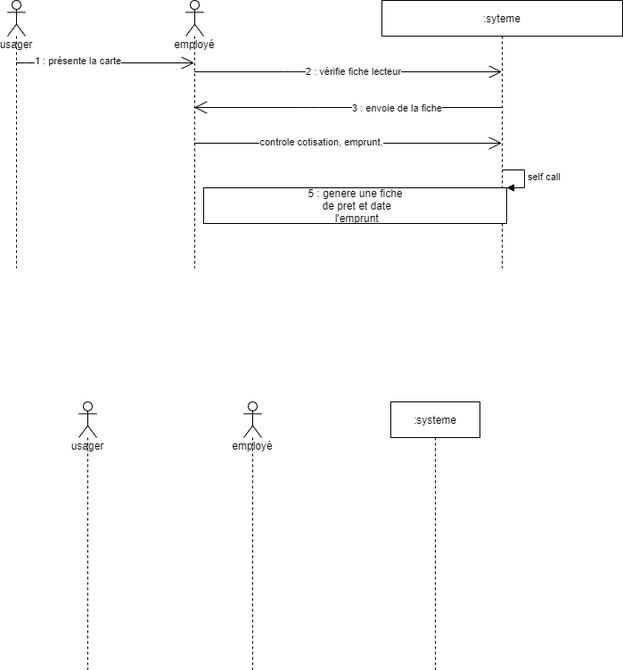
The draw.io diagram Evaluation mediatheque/diagramme de sequence.png in alnarolekoala/CDA, before a commit. Source tidied: cells renumbered, new cells last; positions are measured from the earlier drawing's top-left corner, leaving out a move shared by most shapes.
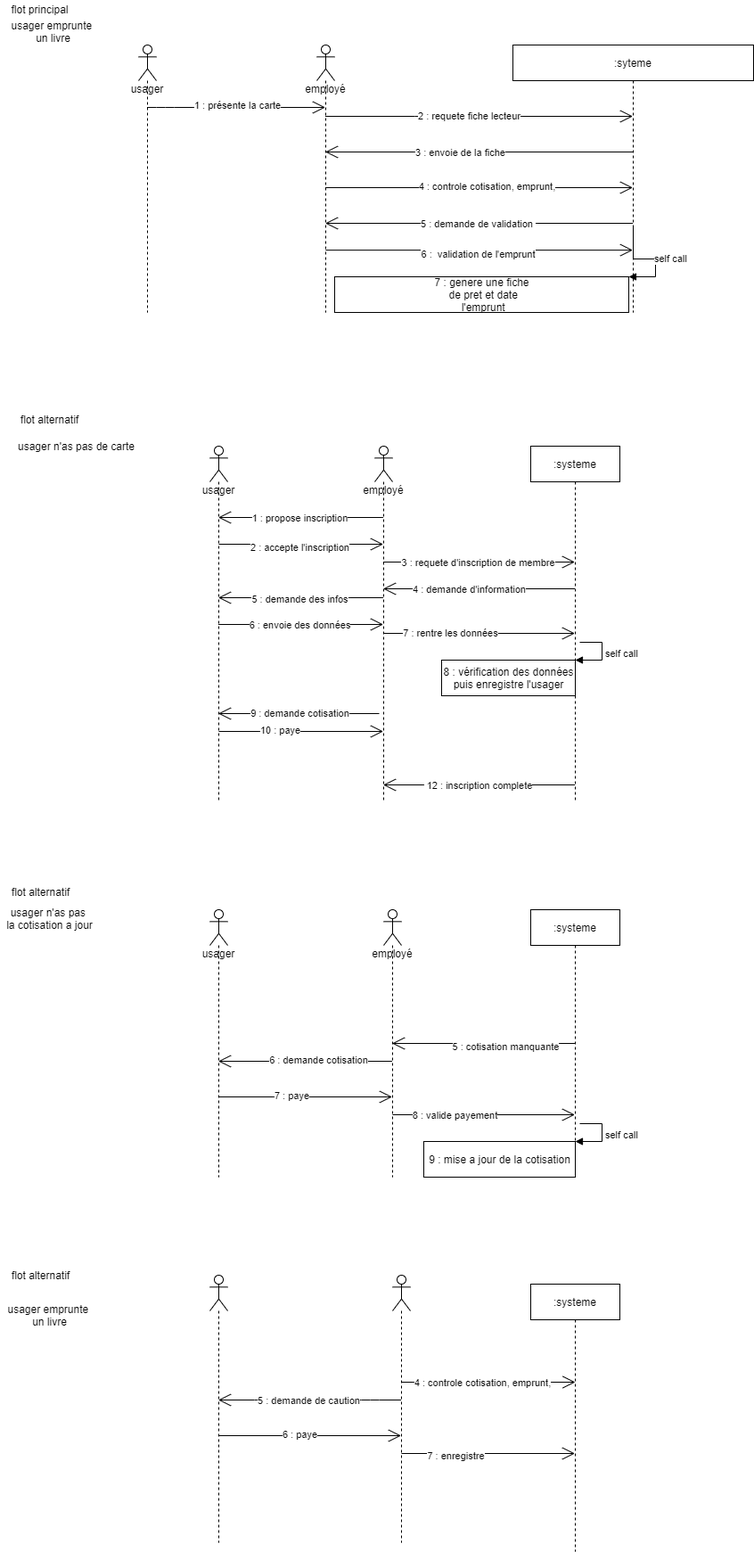
The same file after the commit.

Change to the diagram source:
```diff
@@ -11,14 +11,15 @@
     <mxCell id="4" value=":syteme" style="shape=umlLifeline;perimeter=lifelinePerimeter;whiteSpace=wrap;html=1;outlineConnect=0;" parent="1" vertex="1">
       <mxGeometry x="420" width="270" height="300" as="geometry" />
     </mxCell>
-    <mxCell id="5" value="5 : genere une fiche&lt;br&gt;&amp;nbsp;de pret et date&lt;br&gt;&amp;nbsp;l'emprunt" style="html=1;points=[];perimeter=orthogonalPerimeter;" parent="4" vertex="1">
-      <mxGeometry x="-200" y="210" width="340" height="40" as="geometry" />
+    <mxCell id="5" value="7 : genere une fiche&lt;br&gt;&amp;nbsp;de pret et date&lt;br&gt;&amp;nbsp;l'emprunt" style="html=1;points=[];perimeter=orthogonalPerimeter;" parent="4" vertex="1">
+      <mxGeometry x="-200" y="260" width="330" height="40" as="geometry" />
     </mxCell>
-    <mxCell id="6" value="self call" style="edgeStyle=orthogonalEdgeStyle;html=1;align=left;spacingLeft=2;endArrow=block;rounded=0;entryX=1;entryY=0;" parent="4" edge="1" target="5">
+    <mxCell id="6" value="self call" style="edgeStyle=orthogonalEdgeStyle;html=1;align=left;spacingLeft=2;endArrow=block;rounded=0;entryX=1;entryY=0;exitX=0.5;exitY=0.68;exitDx=0;exitDy=0;exitPerimeter=0;" parent="4" edge="1" source="4" target="5">
       <mxGeometry relative="1" as="geometry">
-        <mxPoint x="135" y="190" as="sourcePoint" />
         <Array as="points">
-          <mxPoint x="160" y="190" />
+          <mxPoint x="135" y="240" />
+          <mxPoint x="160" y="240" />
+          <mxPoint x="160" y="260" />
         </Array>
       </mxGeometry>
     </mxCell>
@@ -30,7 +31,9 @@
       </mxGeometry>
     </mxCell>
     <mxCell id="8" value="1 : présente la carte" style="edgeLabel;html=1;align=center;verticalAlign=middle;" parent="7" vertex="1">
-      <mxGeometry x="-0.32" y="3" relative="1" as="geometry" />
+      <mxGeometry x="-0.32" y="3" relative="1" as="geometry">
+        <mxPoint x="31.5" as="offset" />
+      </mxGeometry>
     </mxCell>
     <mxCell id="9" style="endArrow=open;endFill=1;endSize=12;html=1;" parent="1" edge="1" source="3" target="4">
       <mxGeometry relative="1" as="geometry">
@@ -39,9 +42,9 @@
         </Array>
       </mxGeometry>
     </mxCell>
-    <mxCell id="10" value="2 : vérifie fiche lecteur" style="edgeLabel;html=1;align=center;verticalAlign=middle;" parent="9" vertex="1">
+    <mxCell id="10" value="2 : requete&amp;nbsp;fiche lecteur" style="edgeLabel;html=1;align=center;verticalAlign=middle;" parent="9" vertex="1">
       <mxGeometry x="0.03" y="1" relative="1" as="geometry">
-        <mxPoint x="1" as="offset" />
+        <mxPoint x="-16.5" as="offset" />
       </mxGeometry>
     </mxCell>
     <mxCell id="11" style="endArrow=open;endFill=1;endSize=12;html=1;" parent="1" edge="1" source="4" target="3">
@@ -53,7 +56,7 @@
     </mxCell>
     <mxCell id="12" value="3 : envoie de la fiche" style="edgeLabel;html=1;align=center;verticalAlign=middle;" parent="11" vertex="1">
       <mxGeometry x="-0.31" relative="1" as="geometry">
-        <mxPoint x="1" as="offset" />
+        <mxPoint x="-75.5" as="offset" />
       </mxGeometry>
     </mxCell>
     <mxCell id="13" style="endArrow=open;endFill=1;endSize=12;html=1;" parent="1" edge="1" source="3" target="4">
@@ -63,19 +66,293 @@
         </Array>
       </mxGeometry>
     </mxCell>
-    <mxCell id="14" value="controle cotisation, emprunt," style="edgeLabel;html=1;align=center;verticalAlign=middle;" parent="13" vertex="1">
+    <mxCell id="14" value="4 : controle cotisation, emprunt," style="edgeLabel;html=1;align=center;verticalAlign=middle;" parent="13" vertex="1">
       <mxGeometry x="-0.18" y="2" relative="1" as="geometry">
-        <mxPoint x="1" as="offset" />
+        <mxPoint x="39.5" as="offset" />
       </mxGeometry>
     </mxCell>
     <mxCell id="15" value=":systeme" style="shape=umlLifeline;perimeter=lifelinePerimeter;whiteSpace=wrap;html=1;outlineConnect=0;" parent="1" vertex="1">
-      <mxGeometry x="430" y="450" width="100" height="300" as="geometry" />
+      <mxGeometry x="440" y="450" width="100" height="400" as="geometry" />
     </mxCell>
+    <mxCell id="18" value="8 : vérification des données&lt;br&gt;puis enregistre l'usager" style="html=1;points=[];perimeter=orthogonalPerimeter;" parent="15" vertex="1">
+      <mxGeometry x="-100" y="240" width="150" height="40" as="geometry" />
+    </mxCell>
+    <mxCell id="19" value="self call" style="edgeStyle=orthogonalEdgeStyle;html=1;align=left;spacingLeft=2;endArrow=block;rounded=0;entryX=1;entryY=0;" parent="15" edge="1" target="18">
+      <mxGeometry relative="1" as="geometry">
+        <mxPoint x="55" y="220" as="sourcePoint" />
+        <Array as="points">
+          <mxPoint x="80" y="220" />
+        </Array>
+      </mxGeometry>
+    </mxCell>
     <mxCell id="16" value="employé" style="shape=umlLifeline;participant=umlActor;perimeter=lifelinePerimeter;whiteSpace=wrap;html=1;verticalAlign=top;spacingTop=36;outlineConnect=0;" parent="1" vertex="1">
-      <mxGeometry x="265" y="450" width="20" height="300" as="geometry" />
+      <mxGeometry x="265" y="450" width="20" height="400" as="geometry" />
     </mxCell>
     <mxCell id="17" value="usager" style="shape=umlLifeline;participant=umlActor;perimeter=lifelinePerimeter;whiteSpace=wrap;html=1;verticalAlign=top;spacingTop=36;outlineConnect=0;" parent="1" vertex="1">
-      <mxGeometry x="80" y="450" width="20" height="300" as="geometry" />
+      <mxGeometry x="80" y="450" width="20" height="400" as="geometry" />
     </mxCell>
+    <mxCell id="20" style="endArrow=open;endFill=1;endSize=12;html=1;" parent="1" edge="1" source="4" target="3">
+      <mxGeometry relative="1" as="geometry">
+        <Array as="points">
+          <mxPoint x="400" y="200" />
+        </Array>
+      </mxGeometry>
+    </mxCell>
+    <mxCell id="21" value="5 : demande de validation&amp;nbsp;" style="edgeLabel;html=1;align=center;verticalAlign=middle;" parent="20" vertex="1">
+      <mxGeometry x="-0.02" relative="1" as="geometry">
+        <mxPoint x="-6.5" as="offset" />
+      </mxGeometry>
+    </mxCell>
+    <mxCell id="22" style="endArrow=open;endFill=1;endSize=12;html=1;exitX=0.5;exitY=0.767;exitDx=0;exitDy=0;exitPerimeter=0;" parent="1" edge="1" source="3" target="4">
+      <mxGeometry relative="1" as="geometry" />
+    </mxCell>
+    <mxCell id="23" value="6 :&amp;nbsp; validation de l'emprunt" style="edgeLabel;html=1;align=center;verticalAlign=middle;" parent="22" vertex="1">
+      <mxGeometry x="-0.16" y="-4" relative="1" as="geometry">
+        <mxPoint x="26" as="offset" />
+      </mxGeometry>
+    </mxCell>
+    <mxCell id="24" style="endArrow=open;endFill=1;endSize=12;html=1;" parent="1" edge="1" target="16">
+      <mxGeometry relative="1" as="geometry">
+        <mxPoint x="90" y="770" as="sourcePoint" />
+      </mxGeometry>
+    </mxCell>
+    <mxCell id="25" value="10 : paye" style="edgeLabel;html=1;align=center;verticalAlign=middle;" parent="24" vertex="1">
+      <mxGeometry x="-0.26" y="2" relative="1" as="geometry" />
+    </mxCell>
+    <mxCell id="26" value="usager n'as pas de carte" style="text;html=1;align=center;verticalAlign=middle;" parent="1" vertex="1">
+      <mxGeometry x="-145" y="440" width="150" height="20" as="geometry" />
+    </mxCell>
+    <mxCell id="27" style="endArrow=open;endFill=1;endSize=12;html=1;" parent="1" edge="1" source="16" target="17">
+      <mxGeometry relative="1" as="geometry">
+        <Array as="points">
+          <mxPoint x="180" y="530" />
+        </Array>
+      </mxGeometry>
+    </mxCell>
+    <mxCell id="28" value="1 : propose inscription" style="edgeLabel;html=1;align=center;verticalAlign=middle;" parent="27" vertex="1">
+      <mxGeometry x="0.21" relative="1" as="geometry">
+        <mxPoint x="16.5" as="offset" />
+      </mxGeometry>
+    </mxCell>
+    <mxCell id="29" style="endArrow=open;endFill=1;endSize=12;html=1;" parent="1" edge="1" target="16">
+      <mxGeometry relative="1" as="geometry">
+        <mxPoint x="90" y="560" as="sourcePoint" />
+      </mxGeometry>
+    </mxCell>
+    <mxCell id="30" value="2 : accepte l'inscription" style="edgeLabel;html=1;align=center;verticalAlign=middle;" parent="29" vertex="1">
+      <mxGeometry x="-0.19" y="-3" relative="1" as="geometry">
+        <mxPoint x="15" as="offset" />
+      </mxGeometry>
+    </mxCell>
+    <mxCell id="31" style="endArrow=open;endFill=1;endSize=12;html=1;" parent="1" edge="1" source="16" target="15">
+      <mxGeometry relative="1" as="geometry">
+        <Array as="points">
+          <mxPoint x="380" y="580" />
+        </Array>
+      </mxGeometry>
+    </mxCell>
+    <mxCell id="32" value="3 : requete d'inscription de membre" style="edgeLabel;html=1;align=center;verticalAlign=middle;" parent="31" vertex="1">
+      <mxGeometry x="-0.61" y="-2" relative="1" as="geometry">
+        <mxPoint x="64.5" y="-2" as="offset" />
+      </mxGeometry>
+    </mxCell>
+    <mxCell id="33" style="endArrow=open;endFill=1;endSize=12;html=1;" parent="1" edge="1" source="15" target="16">
+      <mxGeometry relative="1" as="geometry">
+        <Array as="points">
+          <mxPoint x="370" y="610" />
+        </Array>
+      </mxGeometry>
+    </mxCell>
+    <mxCell id="34" value="4 : demande d'information" style="edgeLabel;html=1;align=center;verticalAlign=middle;" parent="33" vertex="1">
+      <mxGeometry x="0.23" y="1" relative="1" as="geometry">
+        <mxPoint x="13.5" y="-1" as="offset" />
+      </mxGeometry>
+    </mxCell>
+    <mxCell id="35" style="endArrow=open;endFill=1;endSize=12;html=1;" parent="1" edge="1" source="16" target="17">
+      <mxGeometry relative="1" as="geometry">
+        <Array as="points">
+          <mxPoint x="190" y="620" />
+        </Array>
+      </mxGeometry>
+    </mxCell>
+    <mxCell id="36" value="5 : demande des infos" style="edgeLabel;html=1;align=center;verticalAlign=middle;" parent="35" vertex="1">
+      <mxGeometry x="-0.16" y="1" relative="1" as="geometry">
+        <mxPoint x="-17.5" as="offset" />
+      </mxGeometry>
+    </mxCell>
+    <mxCell id="37" style="endArrow=open;endFill=1;endSize=12;html=1;" parent="1" edge="1" source="17" target="16">
+      <mxGeometry relative="1" as="geometry">
+        <Array as="points">
+          <mxPoint x="190" y="650" />
+        </Array>
+      </mxGeometry>
+    </mxCell>
+    <mxCell id="38" value="6 : envoie des données" style="edgeLabel;html=1;align=center;verticalAlign=middle;" parent="37" vertex="1">
+      <mxGeometry x="-0.11" relative="1" as="geometry">
+        <mxPoint x="8.5" as="offset" />
+      </mxGeometry>
+    </mxCell>
+    <mxCell id="39" style="endArrow=open;endFill=1;endSize=12;html=1;" parent="1" edge="1" target="17">
+      <mxGeometry relative="1" as="geometry">
+        <mxPoint x="270" y="750" as="sourcePoint" />
+      </mxGeometry>
+    </mxCell>
+    <mxCell id="40" value="9 : demande cotisation" style="edgeLabel;html=1;align=center;verticalAlign=middle;" parent="39" vertex="1">
+      <mxGeometry x="0.22" y="-1" relative="1" as="geometry">
+        <mxPoint x="20" as="offset" />
+      </mxGeometry>
+    </mxCell>
+    <mxCell id="41" style="endArrow=open;endFill=1;endSize=12;html=1;" parent="1" edge="1" source="16" target="15">
+      <mxGeometry relative="1" as="geometry">
+        <Array as="points">
+          <mxPoint x="370" y="660" />
+        </Array>
+      </mxGeometry>
+    </mxCell>
+    <mxCell id="42" value="7 : rentre les données" style="edgeLabel;html=1;align=center;verticalAlign=middle;" parent="41" vertex="1">
+      <mxGeometry x="-0.3" y="1" relative="1" as="geometry" />
+    </mxCell>
+    <mxCell id="43" style="endArrow=open;endFill=1;endSize=12;html=1;" parent="1" edge="1" source="15" target="16">
+      <mxGeometry relative="1" as="geometry">
+        <Array as="points">
+          <mxPoint x="380" y="830" />
+        </Array>
+      </mxGeometry>
+    </mxCell>
+    <mxCell id="44" value="&lt;br&gt;" style="edgeLabel;html=1;align=center;verticalAlign=middle;" parent="43" vertex="1">
+      <mxGeometry x="-0.22" y="2" relative="1" as="geometry" />
+    </mxCell>
+    <mxCell id="45" value="&amp;nbsp;12 : inscription complete" style="edgeLabel;html=1;align=center;verticalAlign=middle;" parent="43" vertex="1">
+      <mxGeometry x="-0.13" y="-1" relative="1" as="geometry">
+        <mxPoint x="-15.5" y="1" as="offset" />
+      </mxGeometry>
+    </mxCell>
+    <mxCell id="46" value="usager" style="shape=umlLifeline;participant=umlActor;perimeter=lifelinePerimeter;whiteSpace=wrap;html=1;verticalAlign=top;spacingTop=36;outlineConnect=0;" parent="1" vertex="1">
+      <mxGeometry x="80" y="970" width="20" height="300" as="geometry" />
+    </mxCell>
+    <mxCell id="47" value="employé" style="shape=umlLifeline;participant=umlActor;perimeter=lifelinePerimeter;whiteSpace=wrap;html=1;verticalAlign=top;spacingTop=36;outlineConnect=0;" parent="1" vertex="1">
+      <mxGeometry x="275" y="970" width="20" height="300" as="geometry" />
+    </mxCell>
+    <mxCell id="48" value=":systeme" style="shape=umlLifeline;perimeter=lifelinePerimeter;whiteSpace=wrap;html=1;outlineConnect=0;" parent="1" vertex="1">
+      <mxGeometry x="440" y="970" width="100" height="300" as="geometry" />
+    </mxCell>
+    <mxCell id="49" value="9 : mise a jour de la cotisation" style="html=1;points=[];perimeter=orthogonalPerimeter;" parent="48" vertex="1">
+      <mxGeometry x="-120" y="260" width="170" height="40" as="geometry" />
+    </mxCell>
+    <mxCell id="50" value="self call" style="edgeStyle=orthogonalEdgeStyle;html=1;align=left;spacingLeft=2;endArrow=block;rounded=0;entryX=1;entryY=0;" parent="48" edge="1" target="49">
+      <mxGeometry relative="1" as="geometry">
+        <mxPoint x="55" y="240" as="sourcePoint" />
+        <Array as="points">
+          <mxPoint x="80" y="240" />
+        </Array>
+      </mxGeometry>
+    </mxCell>
+    <mxCell id="51" value="usager n'as pas&amp;nbsp;&lt;br&gt;la cotisation a jour" style="text;html=1;align=center;verticalAlign=middle;" parent="1" vertex="1">
+      <mxGeometry x="-155" y="965" width="110" height="30" as="geometry" />
+    </mxCell>
+    <mxCell id="52" value="flot principal" style="text;html=1;align=center;verticalAlign=middle;" parent="1" vertex="1">
+      <mxGeometry x="-151" y="-50" width="80" height="20" as="geometry" />
+    </mxCell>
+    <mxCell id="53" value="flot alternatif" style="text;html=1;align=center;verticalAlign=middle;" parent="1" vertex="1">
+      <mxGeometry x="-140" y="410" width="80" height="20" as="geometry" />
+    </mxCell>
+    <mxCell id="54" value="flot alternatif" style="text;html=1;align=center;verticalAlign=middle;" parent="1" vertex="1">
+      <mxGeometry x="-150" y="940" width="80" height="20" as="geometry" />
+    </mxCell>
+    <mxCell id="55" style="endArrow=open;endFill=1;endSize=12;html=1;" parent="1" edge="1" source="48" target="47">
+      <mxGeometry relative="1" as="geometry" />
+    </mxCell>
+    <mxCell id="56" value="5 : cotisation manquante" style="edgeLabel;html=1;align=center;verticalAlign=middle;" parent="55" vertex="1">
+      <mxGeometry x="-0.23" y="3" relative="1" as="geometry">
+        <mxPoint x="1" as="offset" />
+      </mxGeometry>
+    </mxCell>
+    <mxCell id="57" style="endArrow=open;endFill=1;endSize=12;html=1;" parent="1" edge="1" source="47" target="46">
+      <mxGeometry relative="1" as="geometry">
+        <Array as="points">
+          <mxPoint x="190" y="1140" />
+        </Array>
+      </mxGeometry>
+    </mxCell>
+    <mxCell id="58" value="6 : demande cotisation" style="edgeLabel;html=1;align=center;verticalAlign=middle;" parent="57" vertex="1">
+      <mxGeometry x="-0.14" y="-2" relative="1" as="geometry" />
+    </mxCell>
+    <mxCell id="59" style="endArrow=open;endFill=1;endSize=12;html=1;" parent="1" edge="1" target="47">
+      <mxGeometry relative="1" as="geometry">
+        <mxPoint x="90" y="1180" as="sourcePoint" />
+      </mxGeometry>
+    </mxCell>
+    <mxCell id="60" value="7 : paye" style="edgeLabel;html=1;align=center;verticalAlign=middle;" parent="59" vertex="1">
+      <mxGeometry x="-0.17" y="2" relative="1" as="geometry" />
+    </mxCell>
+    <mxCell id="61" style="endArrow=open;endFill=1;endSize=12;html=1;" parent="1" edge="1" target="48">
+      <mxGeometry relative="1" as="geometry">
+        <mxPoint x="285" y="1200" as="sourcePoint" />
+      </mxGeometry>
+    </mxCell>
+    <mxCell id="62" value="8 : valide payement" style="edgeLabel;html=1;align=center;verticalAlign=middle;" parent="61" vertex="1">
+      <mxGeometry x="-0.33" relative="1" as="geometry" />
+    </mxCell>
+    <mxCell id="63" value="usager emprunte&amp;nbsp;&lt;br&gt;un livre" style="text;html=1;align=center;verticalAlign=middle;" parent="1" vertex="1">
+      <mxGeometry x="-151" y="-30" width="110" height="30" as="geometry" />
+    </mxCell>
+    <mxCell id="64" value="flot alternatif" style="text;html=1;align=center;verticalAlign=middle;" parent="1" vertex="1">
+      <mxGeometry x="-150" y="1370" width="80" height="20" as="geometry" />
+    </mxCell>
+    <mxCell id="65" value="usager emprunte&amp;nbsp;&lt;br&gt;un livre" style="text;html=1;align=center;verticalAlign=middle;" parent="1" vertex="1">
+      <mxGeometry x="-155" y="1410" width="110" height="30" as="geometry" />
+    </mxCell>
+    <mxCell id="66" style="shape=umlLifeline;participant=umlActor;perimeter=lifelinePerimeter;whiteSpace=wrap;html=1;verticalAlign=top;spacingTop=36;outlineConnect=0;" parent="1" vertex="1">
+      <mxGeometry x="80" y="1380" width="20" height="300" as="geometry" />
+    </mxCell>
+    <mxCell id="67" style="shape=umlLifeline;participant=umlActor;perimeter=lifelinePerimeter;whiteSpace=wrap;html=1;verticalAlign=top;spacingTop=36;outlineConnect=0;" parent="1" vertex="1">
+      <mxGeometry x="285" y="1380" width="20" height="300" as="geometry" />
+    </mxCell>
+    <mxCell id="68" value=":systeme" style="shape=umlLifeline;perimeter=lifelinePerimeter;whiteSpace=wrap;html=1;outlineConnect=0;" parent="1" vertex="1">
+      <mxGeometry x="440" y="1390" width="100" height="300" as="geometry" />
+    </mxCell>
+    <mxCell id="69" style="endArrow=open;endFill=1;endSize=12;html=1;" parent="1" edge="1">
+      <mxGeometry relative="1" as="geometry">
+        <mxPoint x="295" y="1500" as="sourcePoint" />
+        <mxPoint x="490" y="1500" as="targetPoint" />
+        <Array as="points">
+          <mxPoint x="425.5" y="1500" />
+        </Array>
+      </mxGeometry>
+    </mxCell>
+    <mxCell id="70" value="4 : controle cotisation, emprunt," style="edgeLabel;html=1;align=center;verticalAlign=middle;" parent="69" vertex="1">
+      <mxGeometry x="-0.18" y="2" relative="1" as="geometry">
+        <mxPoint x="10" y="2" as="offset" />
+      </mxGeometry>
+    </mxCell>
+    <mxCell id="71" style="endArrow=open;endFill=1;endSize=12;html=1;" parent="1" edge="1" source="67" target="66">
+      <mxGeometry relative="1" as="geometry">
+        <Array as="points">
+          <mxPoint x="260" y="1520" />
+          <mxPoint x="140" y="1520" />
+        </Array>
+      </mxGeometry>
+    </mxCell>
+    <mxCell id="72" value="5 : demande de caution" style="edgeLabel;html=1;align=center;verticalAlign=middle;" parent="71" vertex="1">
+      <mxGeometry x="0.08" relative="1" as="geometry">
+        <mxPoint x="5.5" as="offset" />
+      </mxGeometry>
+    </mxCell>
+    <mxCell id="73" style="endArrow=open;endFill=1;endSize=12;html=1;" parent="1" edge="1" target="67">
+      <mxGeometry relative="1" as="geometry">
+        <mxPoint x="90" y="1560" as="sourcePoint" />
+      </mxGeometry>
+    </mxCell>
+    <mxCell id="74" value="6 : paye" style="edgeLabel;html=1;align=center;verticalAlign=middle;" parent="73" vertex="1">
+      <mxGeometry x="-0.12" y="2" relative="1" as="geometry" />
+    </mxCell>
+    <mxCell id="75" style="endArrow=open;endFill=1;endSize=12;html=1;" parent="1" edge="1" target="68">
+      <mxGeometry relative="1" as="geometry">
+        <mxPoint x="295" y="1580" as="sourcePoint" />
+      </mxGeometry>
+    </mxCell>
+    <mxCell id="76" value="7 : enregistre" style="edgeLabel;html=1;align=center;verticalAlign=middle;" parent="75" vertex="1">
+      <mxGeometry x="-0.38" y="-2" relative="1" as="geometry" />
+    </mxCell>
   </root>
 </mxGraphModel>
```
